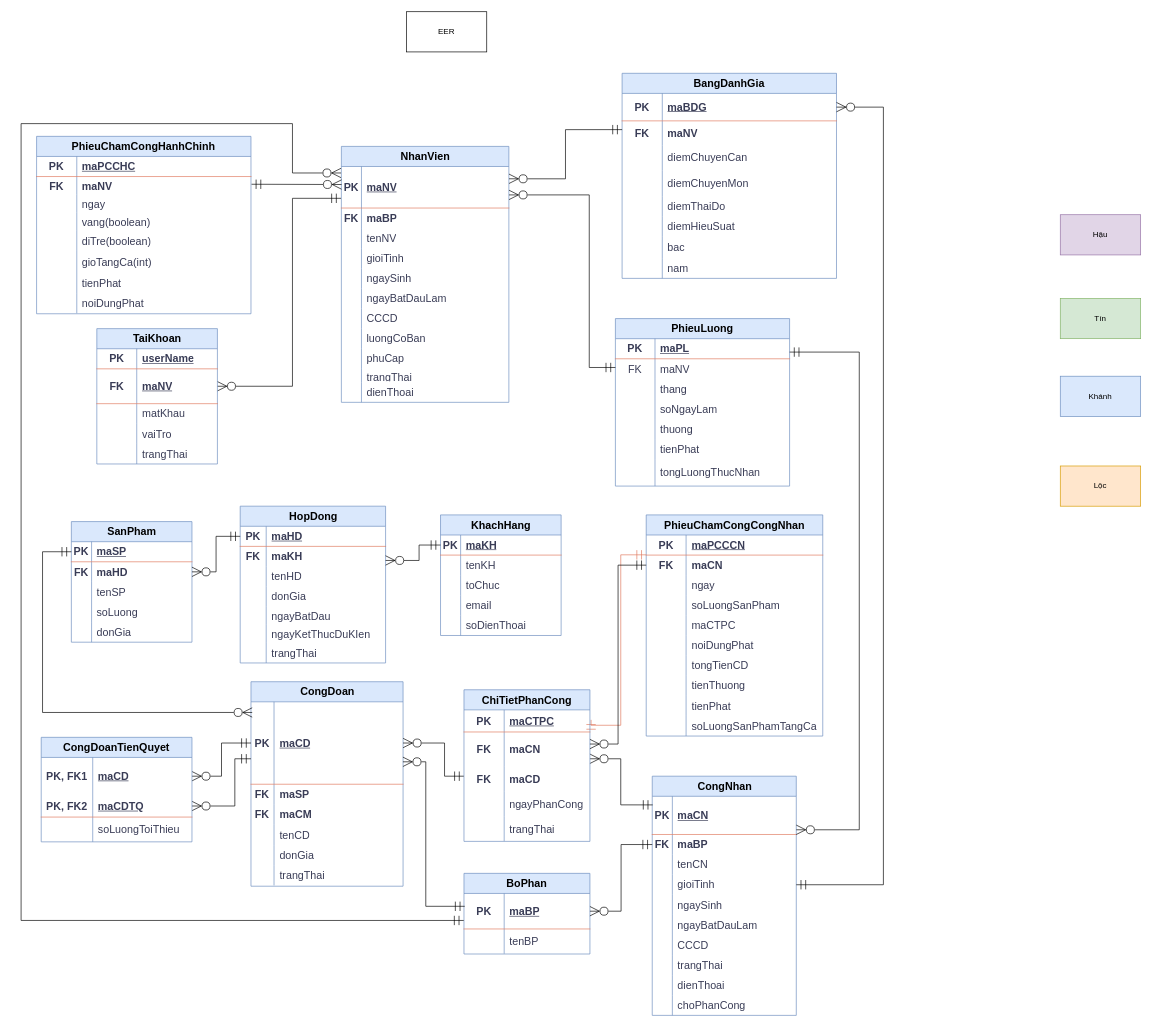
Above: page "ERD" (1 of 3) of diagrams/diagrams.drawio in TomTom2k/-management-of-a-ceramic-processing-company (draw.io), before the change. Source tidied: cells renumbered, new cells numbered last; positions are measured from the earlier drawing's top-left corner, leaving out a move shared by most shapes. Both pictures are drawn from the tidied source at 67%, with x=0, y=0 at pixel (21, 11).
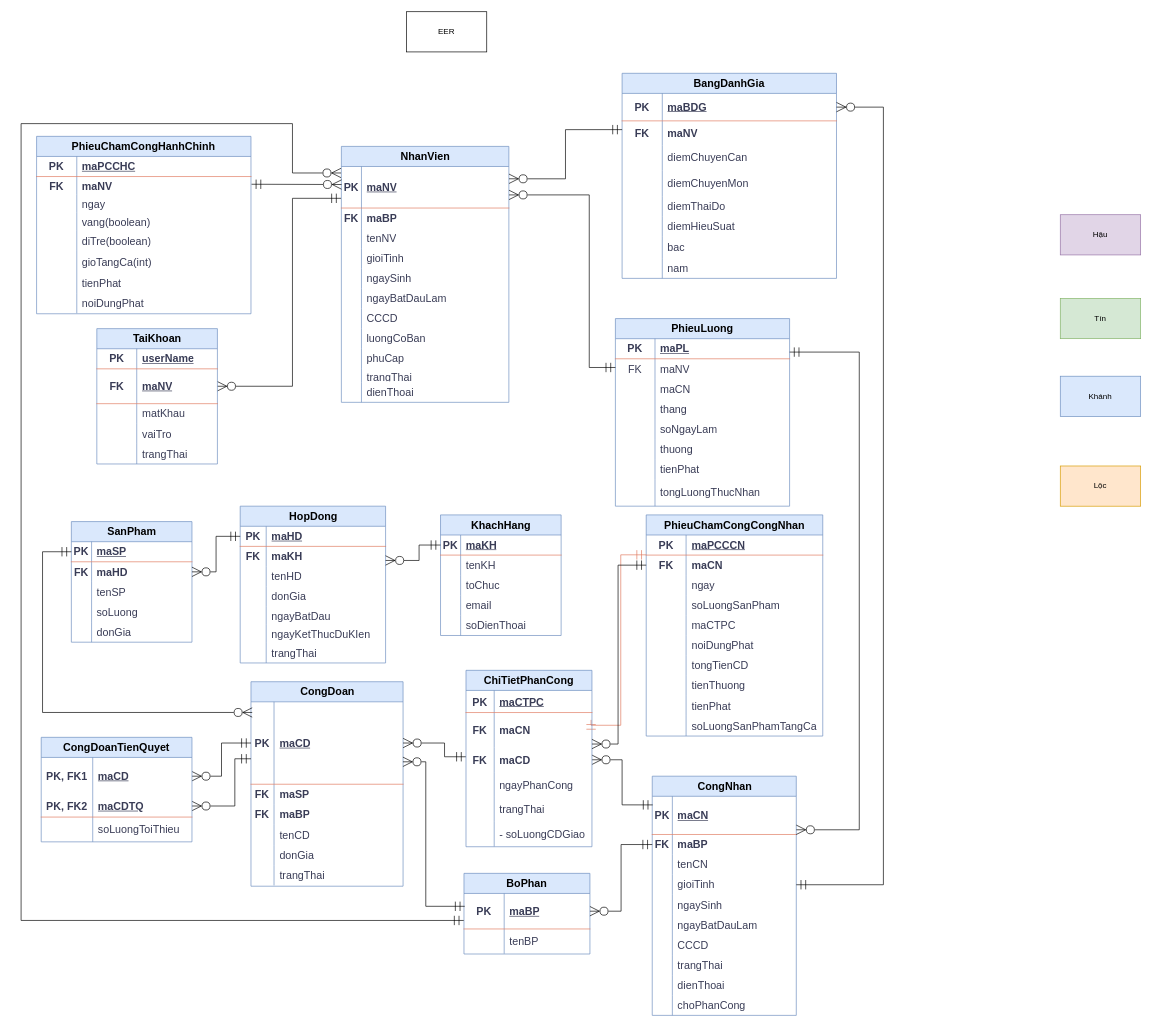
The same page after the edit.

The change refers to these unchanged cells:
```xml
<mxCell id="3" style="shape=tableRow;horizontal=0;startSize=0;swimlaneHead=0;swimlaneBody=0;fillColor=none;points=[[0,0.5],[1,0.5]];portConstraint=eastwest;top=0;left=0;right=0;bottom=1;labelBackgroundColor=none;strokeColor=#E07A5F;fontColor=#393C56;fontSize=16;" parent="2" vertex="1">
  <mxGeometry y="30" width="215" height="57" as="geometry" />
</mxCell>
<mxCell id="88" style="shape=tableRow;horizontal=0;startSize=0;swimlaneHead=0;swimlaneBody=0;fillColor=none;points=[[0,0.5],[1,0.5]];portConstraint=eastwest;top=0;left=0;right=0;bottom=1;labelBackgroundColor=none;strokeColor=#E07A5F;fontColor=#393C56;fontSize=16;" parent="87" vertex="1">
  <mxGeometry y="30" width="227" height="123" as="geometry" />
</mxCell>
<mxCell id="94" style="shape=tableRow;horizontal=0;startSize=0;swimlaneHead=0;swimlaneBody=0;fillColor=none;top=0;left=0;right=0;bottom=0;labelBackgroundColor=none;strokeColor=#E07A5F;fontColor=#393C56;fontSize=16;" parent="87" vertex="1">
  <mxGeometry y="183" width="227" height="30" as="geometry" />
</mxCell>
<mxCell id="222" style="shape=tableRow;horizontal=0;startSize=0;swimlaneHead=0;swimlaneBody=0;fillColor=none;top=0;left=0;right=0;bottom=1;html=1;labelBackgroundColor=none;strokeColor=#E07A5F;fontColor=#393C56;fontSize=16;" parent="221" vertex="1">
  <mxGeometry y="30" width="188" height="33" as="geometry" />
</mxCell>
<mxCell id="225" style="shape=tableRow;horizontal=0;startSize=0;swimlaneHead=0;swimlaneBody=0;fillColor=none;points=[[0,0.5],[1,0.5]];portConstraint=eastwest;top=0;left=0;right=0;bottom=0;html=1;labelBackgroundColor=none;strokeColor=#E07A5F;fontColor=#393C56;fontSize=16;fontStyle=1;" parent="221" vertex="1">
  <mxGeometry y="63" width="188" height="52" as="geometry" />
</mxCell>
<mxCell id="228" style="shape=tableRow;horizontal=0;startSize=0;swimlaneHead=0;swimlaneBody=0;fillColor=none;points=[[0,0.5],[1,0.5]];portConstraint=eastwest;top=0;left=0;right=0;bottom=0;html=1;labelBackgroundColor=none;strokeColor=#E07A5F;fontColor=#393C56;fontSize=16;" parent="221" vertex="1">
  <mxGeometry y="115" width="188" height="37" as="geometry" />
</mxCell>
<mxCell id="231" style="shape=tableRow;horizontal=0;startSize=0;swimlaneHead=0;swimlaneBody=0;fillColor=none;top=0;left=0;right=0;bottom=0;html=1;labelBackgroundColor=none;strokeColor=#E07A5F;fontColor=#393C56;fontSize=16;" parent="221" vertex="1">
  <mxGeometry y="152" width="188" height="37" as="geometry" />
</mxCell>
<mxCell id="234" style="shape=tableRow;horizontal=0;startSize=0;swimlaneHead=0;swimlaneBody=0;fillColor=none;top=0;left=0;right=0;bottom=0;html=1;labelBackgroundColor=none;strokeColor=#E07A5F;fontColor=#393C56;fontSize=16;" parent="221" vertex="1">
  <mxGeometry y="189" width="188" height="37" as="geometry" />
</mxCell>
```

Change to the diagram source:
```diff
@@
-    <mxCell id="96" value="maCM" style="shape=partialRectangle;fillColor=none;top=0;left=0;bottom=0;right=0;align=left;spacingLeft=6;overflow=hidden;whiteSpace=wrap;html=1;fontStyle=1;labelBackgroundColor=none;strokeColor=#E07A5F;fontColor=#393C56;fontSize=16;" parent="94" vertex="1">
+    <mxCell id="96" value="maBP" style="shape=partialRectangle;fillColor=none;top=0;left=0;bottom=0;right=0;align=left;spacingLeft=6;overflow=hidden;whiteSpace=wrap;html=1;fontStyle=1;labelBackgroundColor=none;strokeColor=#E07A5F;fontColor=#393C56;fontSize=16;" parent="94" vertex="1">
       <mxGeometry x="34.4" width="192.6" height="30" as="geometry" />
     </mxCell>
@@
     <mxCell id="171" value="PhieuLuong" style="shape=table;startSize=30;childLayout=tableLayout;rowLines=0;fontStyle=1;align=center;html=1;whiteSpace=wrap;labelBackgroundColor=none;fillColor=#dae8fc;strokeColor=#6c8ebf;fontSize=16;" parent="1" vertex="1">
-      <mxGeometry x="887" y="458" width="260" height="250" as="geometry" />
+      <mxGeometry x="887" y="458" width="260" height="280" as="geometry" />
     </mxCell>
@@
+    <mxCell id="315" style="shape=tableRow;horizontal=0;startSize=0;swimlaneHead=0;swimlaneBody=0;fillColor=none;top=0;left=0;right=0;bottom=0;html=1;labelBackgroundColor=none;strokeColor=#E07A5F;fontColor=#393C56;fontSize=16;" parent="171" vertex="1">
+      <mxGeometry y="90" width="260" height="30" as="geometry" />
+    </mxCell>
+    <mxCell id="316" style="shape=partialRectangle;fillColor=none;top=0;left=0;bottom=0;right=0;overflow=hidden;html=1;whiteSpace=wrap;labelBackgroundColor=none;strokeColor=#E07A5F;fontColor=#393C56;fontSize=16;" parent="315" vertex="1">
+      <mxGeometry width="59.1" height="30" as="geometry" />
+    </mxCell>
+    <mxCell id="317" value="maCN" style="shape=partialRectangle;fillColor=none;top=0;left=0;bottom=0;right=0;align=left;spacingLeft=6;overflow=hidden;html=1;whiteSpace=wrap;labelBackgroundColor=none;strokeColor=#E07A5F;fontColor=#393C56;fontSize=16;" parent="315" vertex="1">
+      <mxGeometry x="59.1" width="200.9" height="30" as="geometry" />
+    </mxCell>
     <mxCell id="178" style="shape=tableRow;horizontal=0;startSize=0;swimlaneHead=0;swimlaneBody=0;fillColor=none;top=0;left=0;right=0;bottom=0;html=1;labelBackgroundColor=none;strokeColor=#E07A5F;fontColor=#393C56;fontSize=16;" parent="171" vertex="1">
-      <mxGeometry y="90" width="260" height="30" as="geometry" />
+      <mxGeometry y="120" width="260" height="30" as="geometry" />
     </mxCell>
@@
     <mxCell id="181" style="shape=tableRow;horizontal=0;startSize=0;swimlaneHead=0;swimlaneBody=0;fillColor=none;top=0;left=0;right=0;bottom=0;html=1;labelBackgroundColor=none;strokeColor=#E07A5F;fontColor=#393C56;fontSize=16;" parent="171" vertex="1">
-      <mxGeometry y="120" width="260" height="30" as="geometry" />
+      <mxGeometry y="150" width="260" height="30" as="geometry" />
     </mxCell>
@@
     <mxCell id="184" style="shape=tableRow;horizontal=0;startSize=0;swimlaneHead=0;swimlaneBody=0;fillColor=none;top=0;left=0;right=0;bottom=0;html=1;labelBackgroundColor=none;strokeColor=#E07A5F;fontColor=#393C56;fontSize=16;" parent="171" vertex="1">
-      <mxGeometry y="150" width="260" height="30" as="geometry" />
+      <mxGeometry y="180" width="260" height="30" as="geometry" />
     </mxCell>
@@
     <mxCell id="187" style="shape=tableRow;horizontal=0;startSize=0;swimlaneHead=0;swimlaneBody=0;fillColor=none;top=0;left=0;right=0;bottom=0;html=1;labelBackgroundColor=none;strokeColor=#E07A5F;fontColor=#393C56;fontSize=16;" parent="171" vertex="1">
-      <mxGeometry y="180" width="260" height="30" as="geometry" />
+      <mxGeometry y="210" width="260" height="30" as="geometry" />
     </mxCell>
@@
     <mxCell id="190" style="shape=tableRow;horizontal=0;startSize=0;swimlaneHead=0;swimlaneBody=0;fillColor=none;top=0;left=0;right=0;bottom=0;html=1;labelBackgroundColor=none;strokeColor=#E07A5F;fontColor=#393C56;fontSize=16;" parent="171" vertex="1">
-      <mxGeometry y="210" width="260" height="40" as="geometry" />
+      <mxGeometry y="240" width="260" height="40" as="geometry" />
     </mxCell>
@@
     <mxCell id="218" style="edgeStyle=orthogonalEdgeStyle;rounded=0;jettySize=auto;html=1;entryX=0;entryY=0.378;entryDx=0;entryDy=0;labelBackgroundColor=none;endArrow=ERmandOne;fontSize=16;strokeColor=#000000;startArrow=ERzeroToMany;startFill=0;endFill=0;endSize=12;startSize=12;elbow=vertical;exitX=1;exitY=0.5;exitDx=0;exitDy=0;entryPerimeter=0;" parent="1" edge="1" source="88" target="228">
       <mxGeometry relative="1" as="geometry">
         <Array as="points">
           <mxPoint x="632" y="1091" />
-          <mxPoint x="632" y="1141" />
+          <mxPoint x="632" y="1112" />
         </Array>
       </mxGeometry>
     </mxCell>
-    <mxCell id="219" style="edgeStyle=orthogonalEdgeStyle;rounded=0;jettySize=auto;html=1;labelBackgroundColor=none;endArrow=ERmandOne;fontSize=16;strokeColor=#000000;startArrow=ERzeroToMany;startFill=0;endFill=0;endSize=12;startSize=12;entryX=0.003;entryY=0.225;entryDx=0;entryDy=0;entryPerimeter=0;" parent="1" edge="1" source="225" target="3">
-      <mxGeometry relative="1" as="geometry">
-        <Array as="points">
-          <mxPoint x="895" y="1115" />
-          <mxPoint x="895" y="1184" />
-        </Array>
-      </mxGeometry>
+    <mxCell id="219" style="edgeStyle=orthogonalEdgeStyle;rounded=0;jettySize=auto;html=1;labelBackgroundColor=none;endArrow=ERmandOne;fontSize=16;strokeColor=#000000;startArrow=ERzeroToMany;startFill=0;endFill=0;endSize=12;startSize=12;entryX=0.003;entryY=0.225;entryDx=0;entryDy=0;entryPerimeter=0;exitX=1;exitY=0.5;exitDx=0;exitDy=0;" parent="1" edge="1" source="228" target="3">
+      <mxGeometry relative="1" as="geometry" />
     </mxCell>
@@
     <mxCell id="221" value="ChiTietPhanCong" style="shape=table;startSize=30;childLayout=tableLayout;rowLines=0;fontStyle=1;align=center;html=1;whiteSpace=wrap;labelBackgroundColor=none;fillColor=#dae8fc;strokeColor=#6c8ebf;fontSize=16;" parent="1" vertex="1">
-      <mxGeometry x="661" y="1012" width="188" height="226.3" as="geometry" />
+      <mxGeometry x="664" y="983" width="188" height="263.3" as="geometry" />
     </mxCell>
@@
     <mxCell id="223" value="PK" style="shape=partialRectangle;fillColor=none;top=0;left=0;bottom=0;right=0;fontStyle=1;overflow=hidden;html=1;whiteSpace=wrap;labelBackgroundColor=none;strokeColor=#E07A5F;fontColor=#393C56;fontSize=16;" parent="222" vertex="1">
-      <mxGeometry width="60" height="33" as="geometry" />
+      <mxGeometry width="42.1" height="33" as="geometry" />
     </mxCell>
     <mxCell id="224" value="maCTPC" style="shape=partialRectangle;fillColor=none;top=0;left=0;bottom=0;right=0;align=left;spacingLeft=6;fontStyle=5;overflow=hidden;html=1;whiteSpace=wrap;labelBackgroundColor=none;strokeColor=#E07A5F;fontColor=#393C56;fontSize=16;" parent="222" vertex="1">
-      <mxGeometry x="60" width="128" height="33" as="geometry" />
+      <mxGeometry x="42.1" width="145.9" height="33" as="geometry" />
     </mxCell>
@@
     <mxCell id="226" value="&lt;b&gt;FK&lt;/b&gt;" style="shape=partialRectangle;fillColor=none;top=0;left=0;bottom=0;right=0;overflow=hidden;html=1;whiteSpace=wrap;labelBackgroundColor=none;strokeColor=#E07A5F;fontColor=#393C56;fontSize=16;" parent="225" vertex="1">
-      <mxGeometry width="60" height="52" as="geometry" />
+      <mxGeometry width="42.1" height="52" as="geometry" />
     </mxCell>
     <mxCell id="227" value="&lt;b&gt;maCN&lt;/b&gt;" style="shape=partialRectangle;fillColor=none;top=0;left=0;bottom=0;right=0;align=left;spacingLeft=6;overflow=hidden;html=1;whiteSpace=wrap;labelBackgroundColor=none;strokeColor=#E07A5F;fontColor=#393C56;fontSize=16;" parent="225" vertex="1">
-      <mxGeometry x="60" width="128" height="52" as="geometry" />
+      <mxGeometry x="42.1" width="145.9" height="52" as="geometry" />
     </mxCell>
@@
     <mxCell id="229" value="&lt;b&gt;FK&lt;/b&gt;" style="shape=partialRectangle;fillColor=none;top=0;left=0;bottom=0;right=0;overflow=hidden;html=1;whiteSpace=wrap;labelBackgroundColor=none;strokeColor=#E07A5F;fontColor=#393C56;fontSize=16;" parent="228" vertex="1">
-      <mxGeometry width="60" height="37" as="geometry" />
+      <mxGeometry width="42.1" height="37" as="geometry" />
     </mxCell>
     <mxCell id="230" value="&lt;b&gt;maCD&lt;/b&gt;" style="shape=partialRectangle;fillColor=none;top=0;left=0;bottom=0;right=0;align=left;spacingLeft=6;overflow=hidden;html=1;whiteSpace=wrap;labelBackgroundColor=none;strokeColor=#E07A5F;fontColor=#393C56;fontSize=16;" parent="228" vertex="1">
-      <mxGeometry x="60" width="128" height="37" as="geometry" />
+      <mxGeometry x="42.1" width="145.9" height="37" as="geometry" />
     </mxCell>
@@
     <mxCell id="232" style="shape=partialRectangle;fillColor=none;top=0;left=0;bottom=0;right=0;overflow=hidden;html=1;whiteSpace=wrap;labelBackgroundColor=none;strokeColor=#E07A5F;fontColor=#393C56;fontSize=16;" parent="231" vertex="1">
-      <mxGeometry width="60" height="37" as="geometry" />
+      <mxGeometry width="42.1" height="37" as="geometry" />
     </mxCell>
     <mxCell id="233" value="ngayPhanCong" style="shape=partialRectangle;fillColor=none;top=0;left=0;bottom=0;right=0;align=left;spacingLeft=6;overflow=hidden;html=1;whiteSpace=wrap;labelBackgroundColor=none;strokeColor=#E07A5F;fontColor=#393C56;fontSize=16;" parent="231" vertex="1">
-      <mxGeometry x="60" width="128" height="37" as="geometry" />
+      <mxGeometry x="42.1" width="145.9" height="37" as="geometry" />
     </mxCell>
@@
     <mxCell id="235" style="shape=partialRectangle;fillColor=none;top=0;left=0;bottom=0;right=0;overflow=hidden;html=1;whiteSpace=wrap;labelBackgroundColor=none;strokeColor=#E07A5F;fontColor=#393C56;fontSize=16;" parent="234" vertex="1">
-      <mxGeometry width="60" height="37" as="geometry" />
+      <mxGeometry width="42.1" height="37" as="geometry" />
     </mxCell>
     <mxCell id="236" value="trangThai" style="shape=partialRectangle;fillColor=none;top=0;left=0;bottom=0;right=0;align=left;spacingLeft=6;overflow=hidden;html=1;whiteSpace=wrap;labelBackgroundColor=none;strokeColor=#E07A5F;fontColor=#393C56;fontSize=16;" parent="234" vertex="1">
-      <mxGeometry x="60" width="128" height="37" as="geometry" />
+      <mxGeometry x="42.1" width="145.9" height="37" as="geometry" />
     </mxCell>
+    <mxCell id="318" style="shape=tableRow;horizontal=0;startSize=0;swimlaneHead=0;swimlaneBody=0;fillColor=none;top=0;left=0;right=0;bottom=0;html=1;labelBackgroundColor=none;strokeColor=#E07A5F;fontColor=#393C56;fontSize=16;" parent="221" vertex="1">
+      <mxGeometry y="226" width="188" height="37" as="geometry" />
+    </mxCell>
+    <mxCell id="319" style="shape=partialRectangle;fillColor=none;top=0;left=0;bottom=0;right=0;overflow=hidden;html=1;whiteSpace=wrap;labelBackgroundColor=none;strokeColor=#E07A5F;fontColor=#393C56;fontSize=16;" parent="318" vertex="1">
+      <mxGeometry width="42.1" height="37" as="geometry" />
+    </mxCell>
+    <mxCell id="320" value="- soLuongCDGiao" style="shape=partialRectangle;fillColor=none;top=0;left=0;bottom=0;right=0;align=left;spacingLeft=6;overflow=hidden;html=1;whiteSpace=wrap;labelBackgroundColor=none;strokeColor=#E07A5F;fontColor=#393C56;fontSize=16;" parent="318" vertex="1">
+      <mxGeometry x="42.1" width="145.9" height="37" as="geometry" />
+    </mxCell>
```
